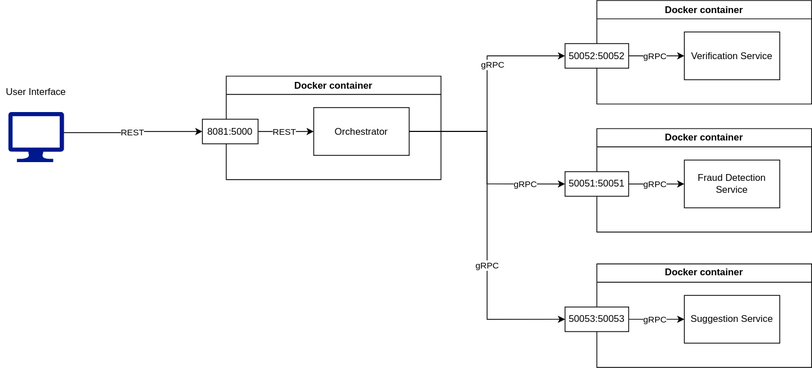
This is docs/images/DS-architecture.svg from heigotornik/ds-practice-2026, a draw.io export, as it was before one commit. Source tidied: cells renumbered, new cells last; positions are measured from the earlier drawing's top-left corner, leaving out a move shared by most shapes.
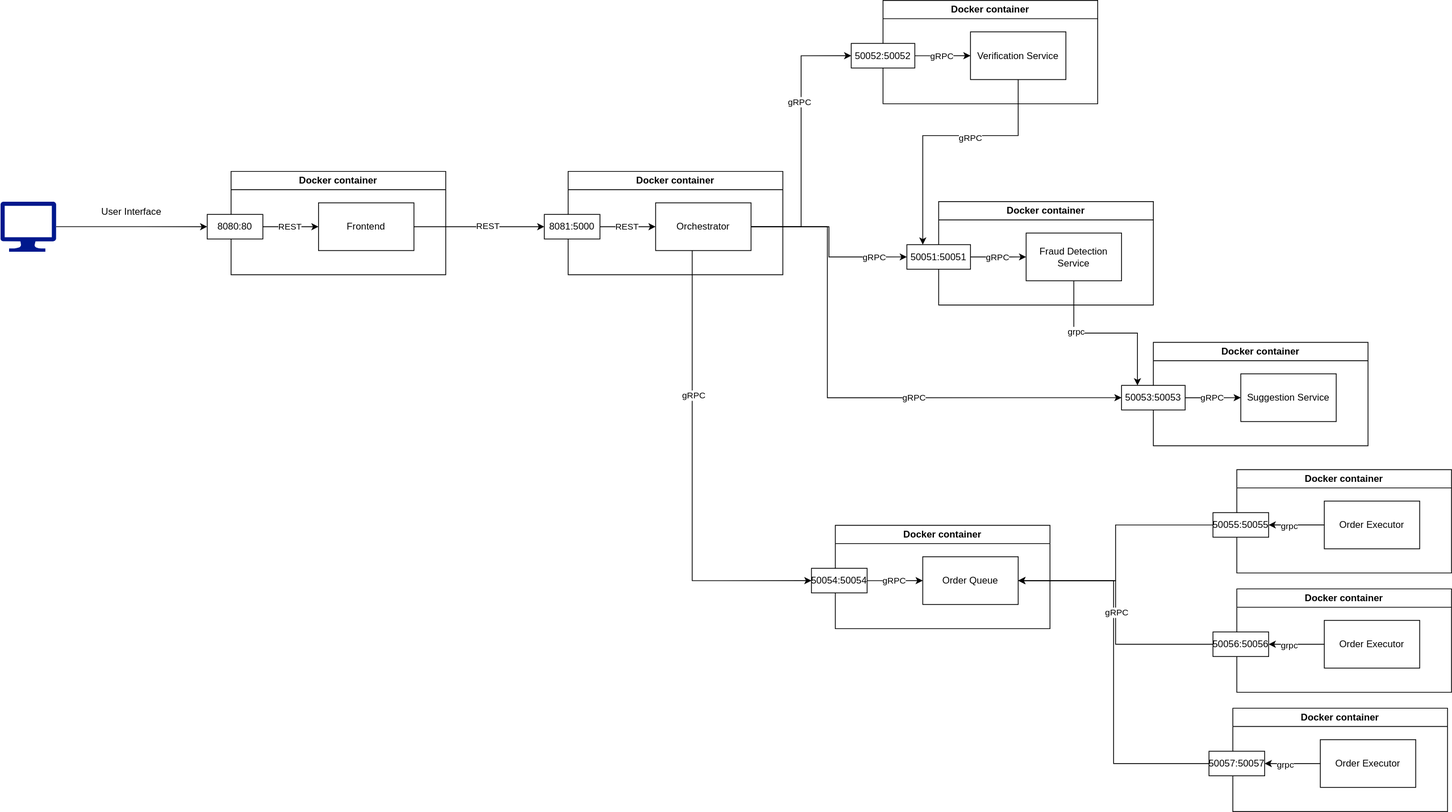
The same file after the commit.

Commit message:
Update architecture document

The edit, as a diff of the source:
```diff
@@ -2,14 +2,6 @@
   <root>
     <mxCell id="0" />
     <mxCell id="1" parent="0" />
-    <mxCell id="2" style="edgeStyle=orthogonalEdgeStyle;rounded=0;jettySize=auto;html=1;exitX=0.981;exitY=0.413;exitDx=0;exitDy=0;exitPerimeter=0;" parent="1" edge="1" source="31" target="8">
-      <mxGeometry relative="1" as="geometry" />
-    </mxCell>
-    <mxCell id="3" value="REST" style="edgeLabel;html=1;align=center;verticalAlign=middle;" parent="2" vertex="1">
-      <mxGeometry x="-0.16" y="-2" relative="1" as="geometry">
-        <mxPoint x="12" y="-2" as="offset" />
-      </mxGeometry>
-    </mxCell>
     <mxCell id="4" value="Docker container" style="swimlane;whiteSpace=wrap;html=1;" parent="1" vertex="1">
       <mxGeometry x="284" y="95" width="270" height="130" as="geometry" />
     </mxCell>
@@ -28,7 +20,7 @@
       <mxGeometry x="-30" y="54.1" width="70" height="30.9" as="geometry" />
     </mxCell>
     <mxCell id="9" value="Docker container" style="swimlane;whiteSpace=wrap;html=1;" parent="1" vertex="1">
-      <mxGeometry x="750" width="270" height="130" as="geometry" />
+      <mxGeometry x="680" y="-120" width="270" height="130" as="geometry" />
     </mxCell>
     <mxCell id="10" value="Verification Service" style="rounded=0;whiteSpace=wrap;html=1;" parent="9" vertex="1">
       <mxGeometry x="110" y="39.5" width="120" height="60" as="geometry" />
@@ -45,7 +37,7 @@
       <mxGeometry x="-40" y="54.1" width="80" height="30.9" as="geometry" />
     </mxCell>
     <mxCell id="14" value="Docker container" style="swimlane;whiteSpace=wrap;html=1;" parent="1" vertex="1">
-      <mxGeometry x="750" y="160.9" width="270" height="130" as="geometry" />
+      <mxGeometry x="750" y="133" width="270" height="130" as="geometry" />
     </mxCell>
     <mxCell id="15" value="Fraud Detection Service" style="rounded=0;whiteSpace=wrap;html=1;" parent="14" vertex="1">
       <mxGeometry x="110" y="39.5" width="120" height="60" as="geometry" />
@@ -62,7 +54,7 @@
       <mxGeometry x="-40" y="54.1" width="80" height="30.9" as="geometry" />
     </mxCell>
     <mxCell id="19" value="Docker container" style="swimlane;whiteSpace=wrap;html=1;" parent="1" vertex="1">
-      <mxGeometry x="750" y="330.9" width="270" height="130" as="geometry" />
+      <mxGeometry x="1020" y="310" width="270" height="130" as="geometry" />
     </mxCell>
     <mxCell id="20" value="Suggestion Service" style="rounded=0;whiteSpace=wrap;html=1;" parent="19" vertex="1">
       <mxGeometry x="110" y="39.5" width="120" height="60" as="geometry" />
@@ -95,16 +87,150 @@
       </mxGeometry>
     </mxCell>
     <mxCell id="28" value="User Interface" style="text;html=1;whiteSpace=wrap;strokeColor=none;fillColor=none;align=center;verticalAlign=middle;rounded=0;" parent="1" vertex="1">
-      <mxGeometry y="100" width="90" height="30" as="geometry" />
+      <mxGeometry x="-310" y="130.9" width="90" height="30" as="geometry" />
     </mxCell>
     <mxCell id="29" style="edgeStyle=orthogonalEdgeStyle;rounded=0;jettySize=auto;html=1;entryX=0;entryY=0.5;entryDx=0;entryDy=0;" parent="1" edge="1" source="5" target="23">
-      <mxGeometry relative="1" as="geometry" />
+      <mxGeometry relative="1" as="geometry">
+        <Array as="points">
+          <mxPoint x="610" y="165" />
+          <mxPoint x="610" y="380" />
+        </Array>
+      </mxGeometry>
     </mxCell>
     <mxCell id="30" value="gRPC" style="edgeLabel;html=1;align=center;verticalAlign=middle;" parent="29" vertex="1">
       <mxGeometry x="0.23" relative="1" as="geometry" />
     </mxCell>
+    <mxCell id="32" style="edgeStyle=orthogonalEdgeStyle;rounded=0;jettySize=auto;html=1;entryX=0;entryY=0.5;entryDx=0;entryDy=0;" parent="1" edge="1" source="31" target="37">
+      <mxGeometry relative="1" as="geometry" />
+    </mxCell>
     <mxCell id="31" style="sketch=0;shadow=0;dashed=0;html=1;strokeColor=none;labelPosition=center;verticalLabelPosition=bottom;verticalAlign=top;align=center;fillColor=#00188D;shape=mxgraph.azure.computer;" parent="1" vertex="1">
-      <mxGeometry x="10" y="140" width="70" height="63" as="geometry" />
+      <mxGeometry x="-430" y="133" width="70" height="63" as="geometry" />
     </mxCell>
+    <mxCell id="33" value="Docker container" style="swimlane;whiteSpace=wrap;html=1;" parent="1" vertex="1">
+      <mxGeometry x="-140" y="95" width="270" height="130" as="geometry" />
+    </mxCell>
+    <mxCell id="34" value="Frontend" style="rounded=0;whiteSpace=wrap;html=1;" parent="33" vertex="1">
+      <mxGeometry x="110" y="39.5" width="120" height="60" as="geometry" />
+    </mxCell>
+    <mxCell id="35" style="edgeStyle=orthogonalEdgeStyle;rounded=0;jettySize=auto;html=1;entryX=0;entryY=0.5;entryDx=0;entryDy=0;" parent="33" edge="1" source="37" target="34">
+      <mxGeometry relative="1" as="geometry" />
+    </mxCell>
+    <mxCell id="36" value="REST" style="edgeLabel;html=1;align=center;verticalAlign=middle;" parent="35" vertex="1">
+      <mxGeometry x="-0.38" relative="1" as="geometry">
+        <mxPoint x="11" as="offset" />
+      </mxGeometry>
+    </mxCell>
+    <mxCell id="37" value="8080:80" style="rounded=0;whiteSpace=wrap;html=1;" parent="33" vertex="1">
+      <mxGeometry x="-30" y="54.1" width="70" height="30.9" as="geometry" />
+    </mxCell>
+    <mxCell id="38" style="edgeStyle=orthogonalEdgeStyle;rounded=0;jettySize=auto;html=1;entryX=0;entryY=0.5;entryDx=0;entryDy=0;" parent="1" edge="1" source="34" target="8">
+      <mxGeometry relative="1" as="geometry" />
+    </mxCell>
+    <mxCell id="39" value="REST" style="edgeLabel;html=1;align=center;verticalAlign=middle;" parent="38" vertex="1">
+      <mxGeometry x="0.04" y="-2" relative="1" as="geometry">
+        <mxPoint x="7" y="-3" as="offset" />
+      </mxGeometry>
+    </mxCell>
+    <mxCell id="40" value="Docker container" style="swimlane;whiteSpace=wrap;html=1;" parent="1" vertex="1">
+      <mxGeometry x="620" y="540" width="270" height="130" as="geometry" />
+    </mxCell>
+    <mxCell id="41" value="Order Queue" style="rounded=0;whiteSpace=wrap;html=1;" parent="40" vertex="1">
+      <mxGeometry x="110" y="39.5" width="120" height="60" as="geometry" />
+    </mxCell>
+    <mxCell id="42" style="edgeStyle=orthogonalEdgeStyle;rounded=0;jettySize=auto;html=1;entryX=0;entryY=0.5;entryDx=0;entryDy=0;" parent="40" edge="1" source="44" target="41">
+      <mxGeometry relative="1" as="geometry" />
+    </mxCell>
+    <mxCell id="43" value="gRPC" style="edgeLabel;html=1;align=center;verticalAlign=middle;" parent="42" vertex="1">
+      <mxGeometry x="-0.38" relative="1" as="geometry">
+        <mxPoint x="11" as="offset" />
+      </mxGeometry>
+    </mxCell>
+    <mxCell id="44" value="50054:50054" style="rounded=0;whiteSpace=wrap;html=1;" parent="40" vertex="1">
+      <mxGeometry x="-30" y="54.1" width="70" height="30.9" as="geometry" />
+    </mxCell>
+    <mxCell id="45" style="edgeStyle=orthogonalEdgeStyle;rounded=0;jettySize=auto;html=1;entryX=0;entryY=0.5;entryDx=0;entryDy=0;" parent="1" edge="1" source="5" target="44">
+      <mxGeometry relative="1" as="geometry">
+        <Array as="points">
+          <mxPoint x="440" y="610" />
+        </Array>
+      </mxGeometry>
+    </mxCell>
+    <mxCell id="46" value="gRPC" style="edgeLabel;html=1;align=center;verticalAlign=middle;" parent="45" vertex="1">
+      <mxGeometry x="-0.35" y="1" relative="1" as="geometry" />
+    </mxCell>
+    <mxCell id="47" value="Docker container" style="swimlane;whiteSpace=wrap;html=1;" parent="1" vertex="1">
+      <mxGeometry x="1125" y="620" width="270" height="130" as="geometry" />
+    </mxCell>
+    <mxCell id="48" style="edgeStyle=orthogonalEdgeStyle;rounded=0;jettySize=auto;html=1;entryX=1;entryY=0.5;entryDx=0;entryDy=0;" parent="47" edge="1" source="50" target="51">
+      <mxGeometry relative="1" as="geometry" />
+    </mxCell>
+    <mxCell id="49" value="grpc" style="edgeLabel;html=1;align=center;verticalAlign=middle;" parent="48" vertex="1">
+      <mxGeometry x="0.29" y="1" relative="1" as="geometry" />
+    </mxCell>
+    <mxCell id="50" value="Order Executor" style="rounded=0;whiteSpace=wrap;html=1;" parent="47" vertex="1">
+      <mxGeometry x="110" y="39.5" width="120" height="60" as="geometry" />
+    </mxCell>
+    <mxCell id="51" value="50056:50056" style="rounded=0;whiteSpace=wrap;html=1;" parent="47" vertex="1">
+      <mxGeometry x="-30" y="54.1" width="70" height="30.9" as="geometry" />
+    </mxCell>
+    <mxCell id="52" style="edgeStyle=orthogonalEdgeStyle;rounded=0;jettySize=auto;html=1;entryX=1;entryY=0.5;entryDx=0;entryDy=0;" parent="1" edge="1" source="51" target="41">
+      <mxGeometry relative="1" as="geometry" />
+    </mxCell>
+    <mxCell id="53" value="Docker container" style="swimlane;whiteSpace=wrap;html=1;" parent="1" vertex="1">
+      <mxGeometry x="1125" y="470" width="270" height="130" as="geometry" />
+    </mxCell>
+    <mxCell id="54" style="edgeStyle=orthogonalEdgeStyle;rounded=0;jettySize=auto;html=1;entryX=1;entryY=0.5;entryDx=0;entryDy=0;" parent="53" edge="1" source="56" target="57">
+      <mxGeometry relative="1" as="geometry" />
+    </mxCell>
+    <mxCell id="55" value="grpc" style="edgeLabel;html=1;align=center;verticalAlign=middle;" parent="54" vertex="1">
+      <mxGeometry x="0.29" y="1" relative="1" as="geometry" />
+    </mxCell>
+    <mxCell id="56" value="Order Executor" style="rounded=0;whiteSpace=wrap;html=1;" parent="53" vertex="1">
+      <mxGeometry x="110" y="39.5" width="120" height="60" as="geometry" />
+    </mxCell>
+    <mxCell id="57" value="50055:50055" style="rounded=0;whiteSpace=wrap;html=1;" parent="53" vertex="1">
+      <mxGeometry x="-30" y="54.1" width="70" height="30.9" as="geometry" />
+    </mxCell>
+    <mxCell id="58" value="Docker container" style="swimlane;whiteSpace=wrap;html=1;" parent="1" vertex="1">
+      <mxGeometry x="1120" y="770" width="270" height="130" as="geometry" />
+    </mxCell>
+    <mxCell id="59" style="edgeStyle=orthogonalEdgeStyle;rounded=0;jettySize=auto;html=1;entryX=1;entryY=0.5;entryDx=0;entryDy=0;" parent="58" edge="1" source="61" target="62">
+      <mxGeometry relative="1" as="geometry" />
+    </mxCell>
+    <mxCell id="60" value="grpc" style="edgeLabel;html=1;align=center;verticalAlign=middle;" parent="59" vertex="1">
+      <mxGeometry x="0.29" y="1" relative="1" as="geometry" />
+    </mxCell>
+    <mxCell id="61" value="Order Executor" style="rounded=0;whiteSpace=wrap;html=1;" parent="58" vertex="1">
+      <mxGeometry x="110" y="39.5" width="120" height="60" as="geometry" />
+    </mxCell>
+    <mxCell id="62" value="50057:50057" style="rounded=0;whiteSpace=wrap;html=1;" parent="58" vertex="1">
+      <mxGeometry x="-30" y="54.1" width="70" height="30.9" as="geometry" />
+    </mxCell>
+    <mxCell id="63" style="edgeStyle=orthogonalEdgeStyle;rounded=0;jettySize=auto;html=1;entryX=1;entryY=0.5;entryDx=0;entryDy=0;" parent="1" edge="1" source="57" target="41">
+      <mxGeometry relative="1" as="geometry" />
+    </mxCell>
+    <mxCell id="64" style="edgeStyle=orthogonalEdgeStyle;rounded=0;jettySize=auto;html=1;entryX=1;entryY=0.5;entryDx=0;entryDy=0;" parent="1" edge="1" source="62" target="41">
+      <mxGeometry relative="1" as="geometry" />
+    </mxCell>
+    <mxCell id="65" value="gRPC" style="edgeLabel;html=1;align=center;verticalAlign=middle;" parent="64" vertex="1">
+      <mxGeometry x="0.32" y="-3" relative="1" as="geometry" />
+    </mxCell>
+    <mxCell id="66" style="edgeStyle=orthogonalEdgeStyle;rounded=0;jettySize=auto;html=1;entryX=0.25;entryY=0;entryDx=0;entryDy=0;" parent="1" edge="1" source="10" target="18">
+      <mxGeometry relative="1" as="geometry">
+        <Array as="points">
+          <mxPoint x="850" y="50" />
+          <mxPoint x="730" y="50" />
+        </Array>
+      </mxGeometry>
+    </mxCell>
+    <mxCell id="67" value="gRPC" style="edgeLabel;html=1;align=center;verticalAlign=middle;" parent="66" vertex="1">
+      <mxGeometry x="-0.2" y="2" relative="1" as="geometry" />
+    </mxCell>
+    <mxCell id="68" style="edgeStyle=orthogonalEdgeStyle;rounded=0;jettySize=auto;html=1;entryX=0.25;entryY=0;entryDx=0;entryDy=0;" parent="1" edge="1" source="15" target="23">
+      <mxGeometry relative="1" as="geometry" />
+    </mxCell>
+    <mxCell id="69" value="grpc" style="edgeLabel;html=1;align=center;verticalAlign=middle;" parent="68" vertex="1">
+      <mxGeometry x="-0.39" y="2" relative="1" as="geometry" />
+    </mxCell>
   </root>
 </mxGraphModel>
```
